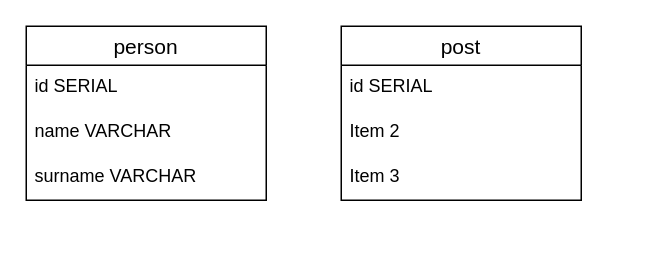
Above: restapi.drawio in Vasyukova-Nat/Draw-io-diagrams (draw.io), before the change. Source tidied: cells renumbered, new cells numbered last; positions are measured from the earlier drawing's top-left corner, leaving out a move shared by most shapes. Both pictures are drawn from the tidied source at 150%, with x=0, y=0 at pixel (26, 26).
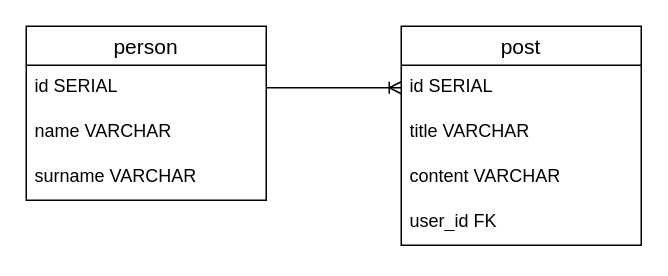
After the change.

The edit, as a diff of the source:
```diff
@@
 <mxGraphModel>
   <root>
     <mxCell id="0" />
     <mxCell id="1" parent="0" />
     <mxCell id="2" value="post" style="swimlane;fontStyle=0;horizontal=1;startSize=26;align=center;fontSize=14;" parent="1" vertex="1">
-      <mxGeometry x="210" width="160" height="116" as="geometry" />
+      <mxGeometry x="250" width="160" height="146" as="geometry" />
     </mxCell>
     <mxCell id="3" value="id SERIAL" style="text;strokeColor=none;fillColor=none;spacingLeft=4;spacingRight=4;overflow=hidden;points=[[0,0.5],[1,0.5]];portConstraint=eastwest;fontSize=12;whiteSpace=wrap;html=1;" parent="2" vertex="1">
       <mxGeometry y="26" width="160" height="30" as="geometry" />
     </mxCell>
-    <mxCell id="4" value="Item 2" style="text;strokeColor=none;fillColor=none;spacingLeft=4;spacingRight=4;overflow=hidden;fontSize=12;whiteSpace=wrap;html=1;" parent="2" vertex="1">
+    <mxCell id="4" value="title VARCHAR" style="text;strokeColor=none;fillColor=none;spacingLeft=4;spacingRight=4;overflow=hidden;fontSize=12;whiteSpace=wrap;html=1;" parent="2" vertex="1">
       <mxGeometry y="56" width="160" height="30" as="geometry" />
     </mxCell>
-    <mxCell id="5" value="Item 3" style="text;strokeColor=none;fillColor=none;spacingLeft=4;spacingRight=4;overflow=hidden;fontSize=12;whiteSpace=wrap;html=1;" parent="2" vertex="1">
+    <mxCell id="5" value="content VARCHAR" style="text;strokeColor=none;fillColor=none;spacingLeft=4;spacingRight=4;overflow=hidden;fontSize=12;whiteSpace=wrap;html=1;" parent="2" vertex="1">
       <mxGeometry y="86" width="160" height="30" as="geometry" />
     </mxCell>
+    <mxCell id="10" value="user_id FK" style="text;strokeColor=none;fillColor=none;spacingLeft=4;spacingRight=4;overflow=hidden;fontSize=12;whiteSpace=wrap;html=1;" parent="2" vertex="1">
+      <mxGeometry y="116" width="160" height="30" as="geometry" />
+    </mxCell>
     <mxCell id="6" value="person" style="swimlane;fontStyle=0;horizontal=1;startSize=26;align=center;fontSize=14;" parent="1" vertex="1">
       <mxGeometry width="160" height="116" as="geometry" />
     </mxCell>
     <mxCell id="7" value="id SERIAL" style="text;strokeColor=none;fillColor=none;spacingLeft=4;spacingRight=4;overflow=hidden;points=[[0,0.5],[1,0.5]];portConstraint=eastwest;fontSize=12;whiteSpace=wrap;html=1;" parent="6" vertex="1">
       <mxGeometry y="26" width="160" height="30" as="geometry" />
     </mxCell>
     <mxCell id="8" value="name VARCHAR" style="text;strokeColor=none;fillColor=none;spacingLeft=4;spacingRight=4;overflow=hidden;fontSize=12;whiteSpace=wrap;html=1;" parent="6" vertex="1">
       <mxGeometry y="56" width="160" height="30" as="geometry" />
     </mxCell>
     <mxCell id="9" value="surname VARCHAR" style="text;strokeColor=none;fillColor=none;spacingLeft=4;spacingRight=4;overflow=hidden;fontSize=12;whiteSpace=wrap;html=1;" parent="6" vertex="1">
       <mxGeometry y="86" width="160" height="30" as="geometry" />
     </mxCell>
+    <mxCell id="11" style="edgeStyle=entityRelationEdgeStyle;fontSize=12;html=1;endArrow=ERoneToMany;rounded=0;entryX=0;entryY=0.5;entryDx=0;entryDy=0;exitX=1;exitY=0.5;exitDx=0;exitDy=0;" parent="1" edge="1" source="7" target="3">
+      <mxGeometry relative="1" as="geometry" />
+    </mxCell>
   </root>
 </mxGraphModel>
```
